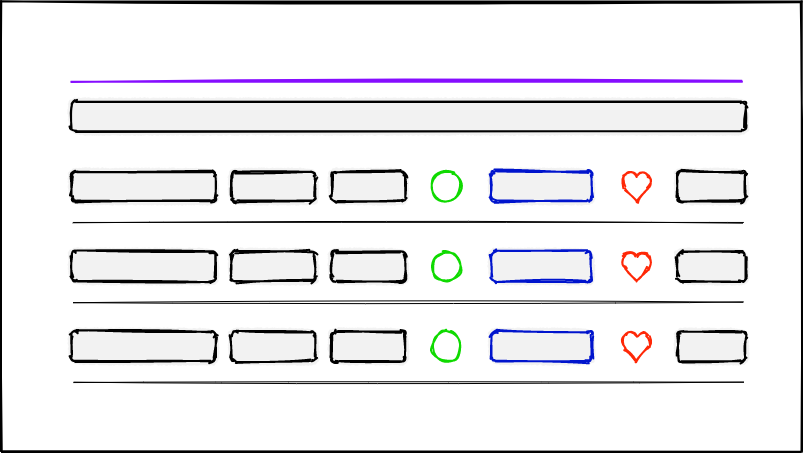
The draw.io diagram src/landingPage/assets/images/dashboard.png in TeSC-app/TeSC-Frontend-New, before a commit. Source tidied: cells renumbered, new cells last; positions are measured from the earlier drawing's top-left corner, leaving out a move shared by most shapes.
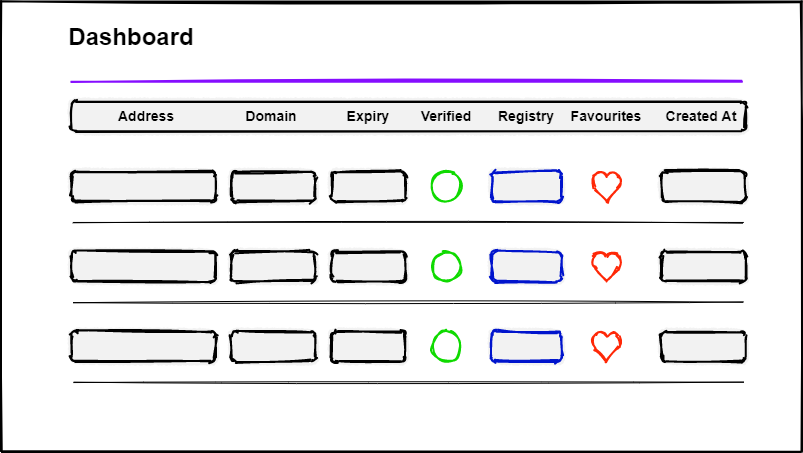
Later version of the same file.

Change to the diagram source:
```diff
@@ -42,19 +42,19 @@
       <mxGeometry x="330" y="170" width="74" height="30" as="geometry" />
     </mxCell>
     <mxCell id="10" style="rounded=1;whiteSpace=wrap;html=1;strokeWidth=2;fillWeight=4;hachureGap=0;hachureAngle=45;fillColor=#F2F2F2;sketch=1;rotation=-180;strokeColor=#0014CD;" parent="1" vertex="1">
-      <mxGeometry x="490" y="170" width="100" height="30" as="geometry" />
+      <mxGeometry x="490" y="170" width="70" height="30" as="geometry" />
     </mxCell>
     <mxCell id="11" style="rounded=1;whiteSpace=wrap;html=1;strokeWidth=2;fillWeight=4;hachureGap=0;hachureAngle=45;fillColor=#F2F2F2;sketch=1;rotation=-180;" parent="1" vertex="1">
       <mxGeometry x="70" y="170" width="144" height="30" as="geometry" />
     </mxCell>
     <mxCell id="12" style="rounded=1;whiteSpace=wrap;html=1;strokeWidth=2;fillWeight=4;hachureGap=0;hachureAngle=45;fillColor=#F2F2F2;sketch=1;rotation=-180;" parent="1" vertex="1">
-      <mxGeometry x="676" y="170" width="68" height="30" as="geometry" />
+      <mxGeometry x="660" y="170" width="84" height="30" as="geometry" />
     </mxCell>
     <mxCell id="13" style="verticalLabelPosition=bottom;verticalAlign=top;html=1;shape=mxgraph.flowchart.on-page_reference;sketch=1;strokeWidth=2;strokeColor=#0FDA00;" parent="1" vertex="1">
       <mxGeometry x="430" y="170" width="30" height="30" as="geometry" />
     </mxCell>
     <mxCell id="14" style="verticalLabelPosition=bottom;verticalAlign=top;html=1;shape=mxgraph.basic.heart;sketch=1;strokeWidth=2;strokeColor=#FF2807;" parent="1" vertex="1">
-      <mxGeometry x="620" y="170" width="30" height="30" as="geometry" />
+      <mxGeometry x="590" y="170" width="30" height="30" as="geometry" />
     </mxCell>
     <mxCell id="15" style="endArrow=none;html=1;sketch=1;strokeWidth=1;" parent="1" edge="1">
       <mxGeometry relative="1" as="geometry">
@@ -68,20 +68,17 @@
     <mxCell id="17" style="rounded=1;whiteSpace=wrap;html=1;strokeWidth=2;fillWeight=4;hachureGap=0;hachureAngle=45;fillColor=#F2F2F2;sketch=1;rotation=-180;" parent="1" vertex="1">
       <mxGeometry x="330" y="250" width="74" height="30" as="geometry" />
     </mxCell>
-    <mxCell id="18" style="rounded=1;whiteSpace=wrap;html=1;strokeWidth=2;fillWeight=4;hachureGap=0;hachureAngle=45;fillColor=#F2F2F2;sketch=1;rotation=-180;strokeColor=#0014CD;" parent="1" vertex="1">
-      <mxGeometry x="490" y="250" width="100" height="30" as="geometry" />
-    </mxCell>
     <mxCell id="19" style="rounded=1;whiteSpace=wrap;html=1;strokeWidth=2;fillWeight=4;hachureGap=0;hachureAngle=45;fillColor=#F2F2F2;sketch=1;rotation=-180;" parent="1" vertex="1">
       <mxGeometry x="70" y="250" width="144" height="30" as="geometry" />
     </mxCell>
     <mxCell id="20" style="rounded=1;whiteSpace=wrap;html=1;strokeWidth=2;fillWeight=4;hachureGap=0;hachureAngle=45;fillColor=#F2F2F2;sketch=1;rotation=-180;" parent="1" vertex="1">
-      <mxGeometry x="676" y="250" width="68" height="30" as="geometry" />
+      <mxGeometry x="660" y="250" width="84" height="30" as="geometry" />
     </mxCell>
     <mxCell id="21" style="verticalLabelPosition=bottom;verticalAlign=top;html=1;shape=mxgraph.flowchart.on-page_reference;sketch=1;strokeWidth=2;strokeColor=#0FDA00;" parent="1" vertex="1">
       <mxGeometry x="430" y="250" width="30" height="30" as="geometry" />
     </mxCell>
     <mxCell id="22" style="verticalLabelPosition=bottom;verticalAlign=top;html=1;shape=mxgraph.basic.heart;sketch=1;strokeWidth=2;strokeColor=#FF2807;" parent="1" vertex="1">
-      <mxGeometry x="620" y="250" width="30" height="30" as="geometry" />
+      <mxGeometry x="590" y="250" width="30" height="30" as="geometry" />
     </mxCell>
     <mxCell id="23" style="endArrow=none;html=1;sketch=1;strokeWidth=1;" parent="1" edge="1">
       <mxGeometry relative="1" as="geometry">
@@ -95,20 +92,17 @@
     <mxCell id="25" style="rounded=1;whiteSpace=wrap;html=1;strokeWidth=2;fillWeight=4;hachureGap=0;hachureAngle=45;fillColor=#F2F2F2;sketch=1;rotation=-180;" parent="1" vertex="1">
       <mxGeometry x="330" y="330" width="74" height="30" as="geometry" />
     </mxCell>
-    <mxCell id="26" style="rounded=1;whiteSpace=wrap;html=1;strokeWidth=2;fillWeight=4;hachureGap=0;hachureAngle=45;fillColor=#F2F2F2;sketch=1;rotation=-180;strokeColor=#0014CD;" parent="1" vertex="1">
-      <mxGeometry x="490" y="330" width="100" height="30" as="geometry" />
-    </mxCell>
     <mxCell id="27" style="rounded=1;whiteSpace=wrap;html=1;strokeWidth=2;fillWeight=4;hachureGap=0;hachureAngle=45;fillColor=#F2F2F2;sketch=1;rotation=-180;" parent="1" vertex="1">
       <mxGeometry x="70" y="330" width="144" height="30" as="geometry" />
     </mxCell>
     <mxCell id="28" style="rounded=1;whiteSpace=wrap;html=1;strokeWidth=2;fillWeight=4;hachureGap=0;hachureAngle=45;fillColor=#F2F2F2;sketch=1;rotation=-180;" parent="1" vertex="1">
-      <mxGeometry x="676" y="330" width="68" height="30" as="geometry" />
+      <mxGeometry x="660" y="330" width="84" height="30" as="geometry" />
     </mxCell>
     <mxCell id="29" style="verticalLabelPosition=bottom;verticalAlign=top;html=1;shape=mxgraph.flowchart.on-page_reference;sketch=1;strokeWidth=2;strokeColor=#0FDA00;" parent="1" vertex="1">
       <mxGeometry x="430" y="330" width="30" height="30" as="geometry" />
     </mxCell>
     <mxCell id="30" style="verticalLabelPosition=bottom;verticalAlign=top;html=1;shape=mxgraph.basic.heart;sketch=1;strokeWidth=2;strokeColor=#FF2807;" parent="1" vertex="1">
-      <mxGeometry x="620" y="330" width="30" height="30" as="geometry" />
+      <mxGeometry x="590" y="330" width="30" height="30" as="geometry" />
     </mxCell>
     <mxCell id="31" style="endArrow=none;html=1;sketch=1;strokeWidth=1;" parent="1" edge="1">
       <mxGeometry relative="1" as="geometry">
@@ -116,5 +110,35 @@
         <mxPoint x="742" y="381" as="targetPoint" />
       </mxGeometry>
     </mxCell>
+    <mxCell id="32" value="&lt;font style=&quot;font-size: 24px&quot;&gt;&lt;b&gt;Dashboard&lt;/b&gt;&lt;/font&gt;" style="text;html=1;strokeColor=none;fillColor=none;align=center;verticalAlign=middle;whiteSpace=wrap;rounded=0;" parent="1" vertex="1">
+      <mxGeometry x="70" y="20" width="120" height="30" as="geometry" />
+    </mxCell>
+    <mxCell id="33" value="&lt;font style=&quot;font-size: 14px&quot;&gt;&lt;b&gt;Address&lt;/b&gt;&lt;/font&gt;" style="text;html=1;strokeColor=none;fillColor=none;align=center;verticalAlign=middle;whiteSpace=wrap;rounded=0;" parent="1" vertex="1">
+      <mxGeometry x="120" y="104" width="50" height="20" as="geometry" />
+    </mxCell>
+    <mxCell id="34" value="&lt;font style=&quot;font-size: 14px&quot;&gt;&lt;b&gt;Domain&lt;/b&gt;&lt;/font&gt;" style="text;html=1;strokeColor=none;fillColor=none;align=center;verticalAlign=middle;whiteSpace=wrap;rounded=0;" parent="1" vertex="1">
+      <mxGeometry x="230" y="104" width="80" height="20" as="geometry" />
+    </mxCell>
+    <mxCell id="35" value="&lt;font style=&quot;font-size: 14px&quot;&gt;&lt;b&gt;Expiry&lt;/b&gt;&lt;/font&gt;" style="text;html=1;strokeColor=none;fillColor=none;align=center;verticalAlign=middle;whiteSpace=wrap;rounded=0;" parent="1" vertex="1">
+      <mxGeometry x="342" y="104" width="50" height="20" as="geometry" />
+    </mxCell>
+    <mxCell id="36" value="&lt;font style=&quot;font-size: 14px&quot;&gt;&lt;b&gt;Verified&lt;/b&gt;&lt;/font&gt;" style="text;html=1;strokeColor=none;fillColor=none;align=center;verticalAlign=middle;whiteSpace=wrap;rounded=0;" parent="1" vertex="1">
+      <mxGeometry x="420" y="104" width="50" height="20" as="geometry" />
+    </mxCell>
+    <mxCell id="37" value="&lt;font style=&quot;font-size: 14px&quot;&gt;&lt;b&gt;Registry&lt;/b&gt;&lt;/font&gt;" style="text;html=1;strokeColor=none;fillColor=none;align=center;verticalAlign=middle;whiteSpace=wrap;rounded=0;" parent="1" vertex="1">
+      <mxGeometry x="500" y="104" width="50" height="20" as="geometry" />
+    </mxCell>
+    <mxCell id="38" value="&lt;font style=&quot;font-size: 14px&quot;&gt;&lt;b&gt;Favourites&lt;/b&gt;&lt;/font&gt;" style="text;html=1;strokeColor=none;fillColor=none;align=center;verticalAlign=middle;whiteSpace=wrap;rounded=0;" parent="1" vertex="1">
+      <mxGeometry x="580" y="104" width="50" height="20" as="geometry" />
+    </mxCell>
+    <mxCell id="39" value="&lt;font style=&quot;font-size: 14px&quot;&gt;&lt;b&gt;Created At&lt;/b&gt;&lt;/font&gt;" style="text;html=1;strokeColor=none;fillColor=none;align=center;verticalAlign=middle;whiteSpace=wrap;rounded=0;" parent="1" vertex="1">
+      <mxGeometry x="660" y="104" width="80" height="20" as="geometry" />
+    </mxCell>
+    <mxCell id="40" style="rounded=1;whiteSpace=wrap;html=1;strokeWidth=2;fillWeight=4;hachureGap=0;hachureAngle=45;fillColor=#F2F2F2;sketch=1;rotation=-180;strokeColor=#0014CD;" parent="1" vertex="1">
+      <mxGeometry x="490" y="250" width="70" height="30" as="geometry" />
+    </mxCell>
+    <mxCell id="41" style="rounded=1;whiteSpace=wrap;html=1;strokeWidth=2;fillWeight=4;hachureGap=0;hachureAngle=45;fillColor=#F2F2F2;sketch=1;rotation=-180;strokeColor=#0014CD;" parent="1" vertex="1">
+      <mxGeometry x="490" y="330" width="70" height="30" as="geometry" />
+    </mxCell>
   </root>
 </mxGraphModel>
```
